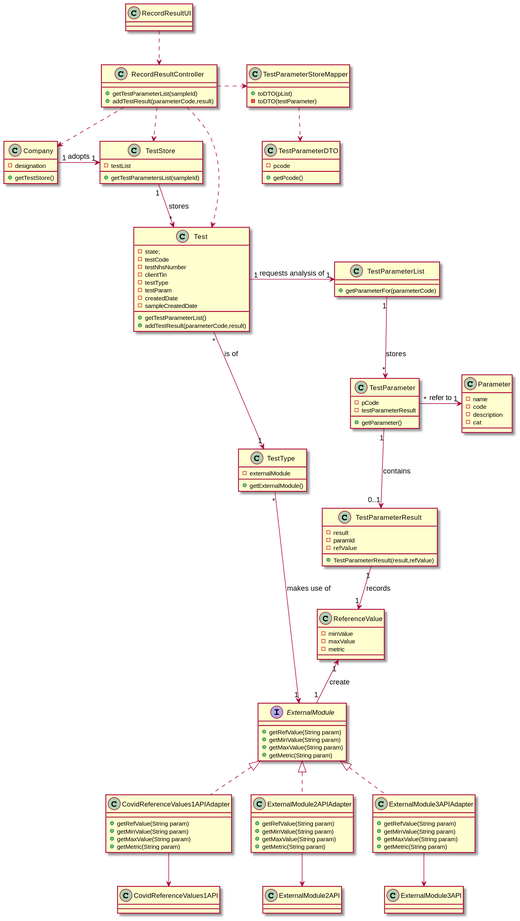
Before: docs/SprintC/US12/US12_CD.svg, a diagram exported from PlantUML (MarianaCLages/LAPR2).
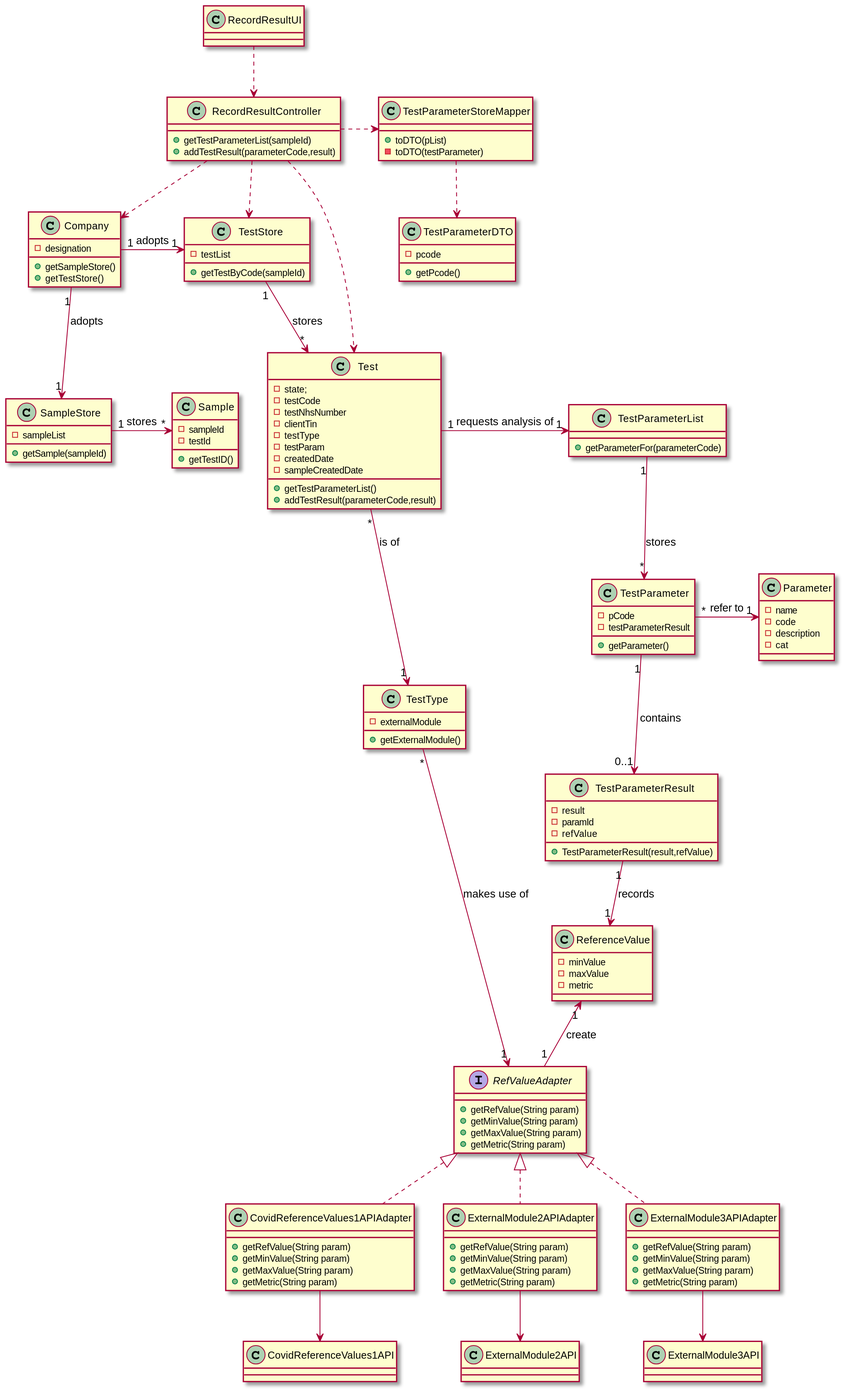
The same diagram one commit later.

What changed in the source:
```diff
@@ -8,7 +8,17 @@
 }
 class Company{
 -designation
++getSampleStore()
 +getTestStore()
+}
+class SampleStore{
+-sampleList
++getSample(sampleId)
+}
+class Sample{
+-sampleId
+-testId
++getTestID()
 }
 class Test{
 -state;
@@ -27,13 +37,12 @@
 }
 class TestStore{
 -testList
-+getTestParametersList(sampleId)
++getTestByCode(sampleId)
 }
 class TestParameterStoreMapper{
 +toDTO(pList)
 -toDTO(testParameter)
 }
-
 class TestParameterDTO{
 -pcode
 +getPcode()
@@ -53,7 +62,7 @@
 -externalModule
 +getExternalModule()
 }
-interface ExternalModule{
+interface RefValueAdapter{
 +getRefValue(String param)
 +getMinValue(String param)
 +getMaxValue(String param)
@@ -102,24 +111,26 @@
 TestParameterStoreMapper ..> TestParameterDTO
 
 Company "1" -> "1" TestStore: adopts
+Company "1" --> "1" SampleStore: adopts
 
+SampleStore "1" -> "*" Sample: stores
 Test "1"  -> "1" TestParameterList: requests analysis of
 TestParameterList "1" --> "*" TestParameter: stores
 TestParameter "*" -> "1" Parameter: refer to
 TestParameter "1" --> "0..1" TestParameterResult:contains
 TestParameterResult "1" --> "1" ReferenceValue: records
-ReferenceValue "1" <-- "1"ExternalModule: create
+ReferenceValue "1" <-- "1"RefValueAdapter: create
 Test "*" --> "1"TestType: is of
 TestStore "1" --> "*" Test: stores
-TestType "*" --> "1" ExternalModule: makes use of
+TestType "*" --> "1" RefValueAdapter: makes use of
 
 CovidReferenceValues1APIAdapter --> CovidReferenceValues1API
 ExternalModule2APIAdapter --> ExternalModule2API
 ExternalModule3APIAdapter  --> ExternalModule3API
 
-ExternalModule <|.. CovidReferenceValues1APIAdapter
-ExternalModule <|.. ExternalModule2APIAdapter
-ExternalModule <|.. ExternalModule3APIAdapter
+RefValueAdapter <|.. CovidReferenceValues1APIAdapter
+RefValueAdapter <|.. ExternalModule2APIAdapter
+RefValueAdapter <|.. ExternalModule3APIAdapter
 
 
 
```
